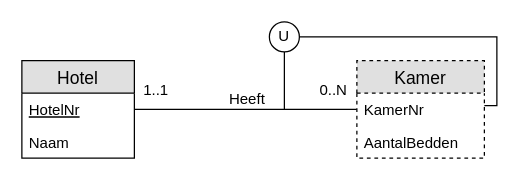
Before: workshops/02 - Zwakke Entiteiten/solutions/exercise-1.drawio in HOGENT-Databases/DB1-Workshops, a draw.io diagram. Source tidied: cells renumbered, new cells numbered last; positions are measured from the earlier drawing's top-left corner, leaving out a move shared by most shapes. Both pictures are drawn from the tidied source at 125%, with x=0, y=0 at pixel (21, 21).
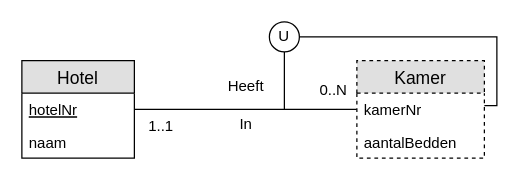
The same page after the edit.

The change refers to these unchanged cells:
```xml
<mxCell id="2" style="edgeStyle=orthogonalEdgeStyle;fontSize=12;html=1;endArrow=none;jumpSize=6;strokeWidth=1;endFill=0;rounded=0;jumpStyle=none;" parent="1" edge="1" source="9" target="6">
  <mxGeometry relative="1" as="geometry" />
</mxCell>
<mxCell id="6" value="Kamer" style="swimlane;fontStyle=0;horizontal=1;startSize=26;fillColor=#e0e0e0;swimlaneFillColor=#ffffff;align=center;fontSize=14;html=0;dashed=1;" parent="1" vertex="1">
  <mxGeometry x="268" y="31" width="102" height="78" as="geometry" />
</mxCell>
<mxCell id="9" value="Hotel" style="swimlane;fontStyle=0;horizontal=1;startSize=26;fillColor=#e0e0e0;swimlaneFillColor=#ffffff;align=center;fontSize=14;html=0;" parent="1" vertex="1">
  <mxGeometry y="31" width="90" height="78" as="geometry" />
</mxCell>
```

The edit, as a diff of the source:
```diff
@@
     <mxCell id="3" value="Heeft" style="text;html=1;align=center;verticalAlign=bottom;labelBackgroundColor=#ffffff;" parent="2" vertex="1">
       <mxGeometry x="-0.03" y="-2" relative="1" as="geometry">
-        <mxPoint x="3.5" y="-2" as="offset" />
+        <mxPoint x="2" y="-12" as="offset" />
       </mxGeometry>
     </mxCell>
     <mxCell id="4" value="1..1" style="text;html=1;align=center;verticalAlign=middle;labelBackgroundColor=#ffffff;" parent="2" vertex="1">
       <mxGeometry x="-0.88" y="-1" relative="1" as="geometry">
-        <mxPoint x="5" y="-17" as="offset" />
+        <mxPoint x="9.5" y="12" as="offset" />
       </mxGeometry>
     </mxCell>
@@
+    <mxCell id="15" value="In" style="text;html=1;align=center;verticalAlign=bottom;labelBackgroundColor=#ffffff;" parent="2" vertex="1">
+      <mxGeometry x="-0.03" y="-2" relative="1" as="geometry">
+        <mxPoint x="2" y="18" as="offset" />
+      </mxGeometry>
+    </mxCell>
@@
-    <mxCell id="7" value="KamerNr" style="text;strokeColor=none;fillColor=none;spacingLeft=4;spacingRight=4;overflow=hidden;points=[[0,0.5],[1,0.5]];portConstraint=eastwest;fontSize=12;fontStyle=0;rounded=0;verticalAlign=top;" parent="6" vertex="1">
+    <mxCell id="7" value="kamerNr" style="text;strokeColor=none;fillColor=none;spacingLeft=4;spacingRight=4;overflow=hidden;points=[[0,0.5],[1,0.5]];portConstraint=eastwest;fontSize=12;fontStyle=0;rounded=0;verticalAlign=top;" parent="6" vertex="1">
       <mxGeometry y="26" width="102" height="26" as="geometry" />
     </mxCell>
-    <mxCell id="8" value="AantalBedden" style="text;strokeColor=none;fillColor=none;spacingLeft=4;spacingRight=4;overflow=hidden;fontSize=12;" parent="6" vertex="1">
+    <mxCell id="8" value="aantalBedden" style="text;strokeColor=none;fillColor=none;spacingLeft=4;spacingRight=4;overflow=hidden;fontSize=12;" parent="6" vertex="1">
       <mxGeometry y="52" width="102" height="26" as="geometry" />
     </mxCell>
@@
-    <mxCell id="10" value="HotelNr" style="text;strokeColor=none;fillColor=none;spacingLeft=4;spacingRight=4;overflow=hidden;fontSize=12;fontStyle=4;" parent="9" vertex="1">
+    <mxCell id="10" value="hotelNr" style="text;strokeColor=none;fillColor=none;spacingLeft=4;spacingRight=4;overflow=hidden;fontSize=12;fontStyle=4;" parent="9" vertex="1">
       <mxGeometry y="26" width="90" height="26" as="geometry" />
     </mxCell>
-    <mxCell id="11" value="Naam" style="text;strokeColor=none;fillColor=none;spacingLeft=4;spacingRight=4;overflow=hidden;fontSize=12;" parent="9" vertex="1">
+    <mxCell id="11" value="naam" style="text;strokeColor=none;fillColor=none;spacingLeft=4;spacingRight=4;overflow=hidden;fontSize=12;" parent="9" vertex="1">
       <mxGeometry y="52" width="90" height="26" as="geometry" />
     </mxCell>
```
